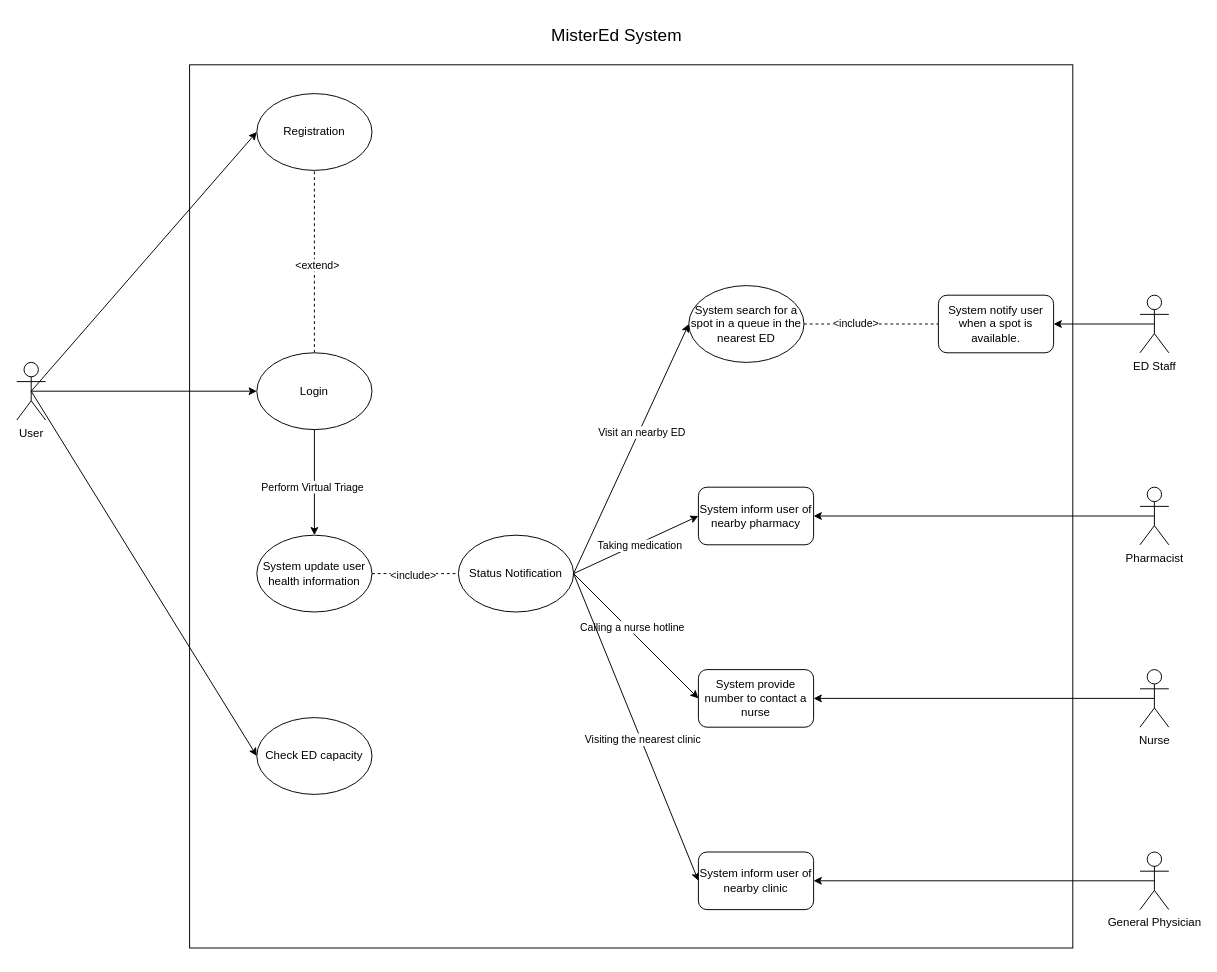
The draw.io diagram Roadmap.drawio in uvic-teach/project-m1-team8, before the edit. Source tidied: cells renumbered, new cells numbered last; positions are measured from the earlier drawing's top-left corner, leaving out a move shared by most shapes. Both pictures are drawn from the tidied source at 96%, with x=0, y=0 at pixel (16, 16).
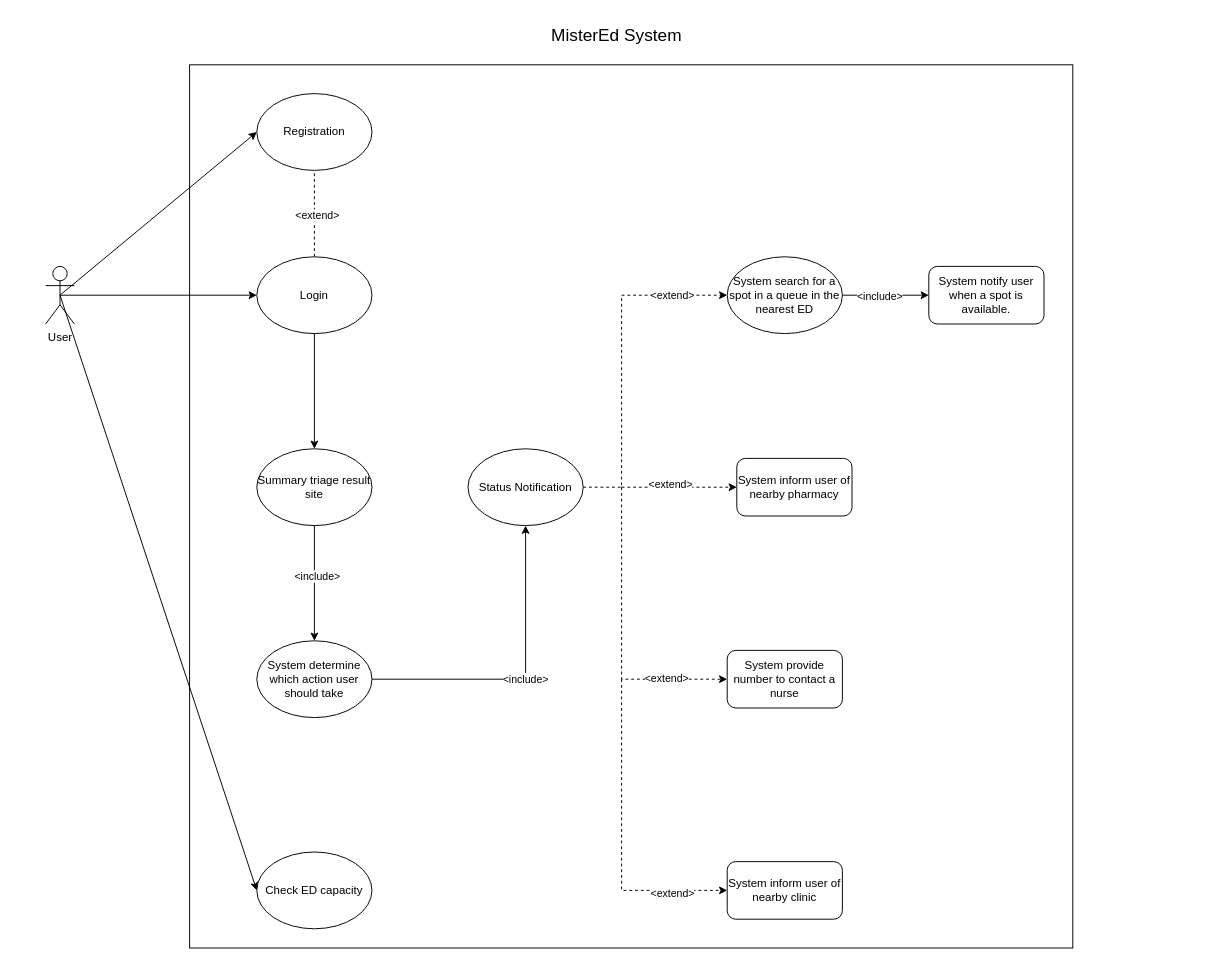
After the change.

Unchanged cells that the change refers to:
```xml
<mxCell id="15" style="endArrow=classic;html=1;rounded=0;entryX=0.5;entryY=0;entryDx=0;entryDy=0;exitX=0.5;exitY=1;exitDx=0;exitDy=0;" parent="1" edge="1" source="13" target="17">
  <mxGeometry relative="1" as="geometry" />
</mxCell>
```

What changed in the source:
```diff
@@
     <mxCell id="3" value="User" style="shape=umlActor;verticalLabelPosition=bottom;verticalAlign=top;html=1;outlineConnect=0;" parent="1" vertex="1">
-      <mxGeometry y="360" width="30" height="60" as="geometry" />
+      <mxGeometry x="30" y="260" width="30" height="60" as="geometry" />
     </mxCell>
@@
-    <mxCell id="11" style="endArrow=none;dashed=1;html=1;rounded=0;entryX=0;entryY=0.5;entryDx=0;entryDy=0;exitX=1;exitY=0.5;exitDx=0;exitDy=0;" parent="1" edge="1" source="17" target="18">
-      <mxGeometry relative="1" as="geometry" />
-    </mxCell>
-    <mxCell id="12" value="&amp;lt;include&amp;gt;" style="edgeLabel;html=1;align=center;verticalAlign=middle;" parent="11" vertex="1">
-      <mxGeometry x="-0.06" y="-1" relative="1" as="geometry" />
-    </mxCell>
     <mxCell id="13" value="Login" style="ellipse;whiteSpace=wrap;html=1;" parent="1" vertex="1">
-      <mxGeometry x="250" y="350" width="120" height="80" as="geometry" />
+      <mxGeometry x="250" y="250" width="120" height="80" as="geometry" />
     </mxCell>
     <mxCell id="14" value="Check ED capacity" style="ellipse;whiteSpace=wrap;html=1;" parent="1" vertex="1">
-      <mxGeometry x="250" y="730" width="120" height="80" as="geometry" />
+      <mxGeometry x="250" y="870" width="120" height="80" as="geometry" />
     </mxCell>
@@
-    <mxCell id="16" value="Perform Virtual Triage" style="edgeLabel;html=1;align=center;verticalAlign=middle;" parent="15" vertex="1">
-      <mxGeometry x="0.07" y="-3" relative="1" as="geometry" />
-    </mxCell>
-    <mxCell id="17" value="System update user health information" style="ellipse;whiteSpace=wrap;html=1;" parent="1" vertex="1">
-      <mxGeometry x="250" y="540" width="120" height="80" as="geometry" />
+    <mxCell id="17" value="Summary triage result site" style="ellipse;whiteSpace=wrap;html=1;" parent="1" vertex="1">
+      <mxGeometry x="250" y="450" width="120" height="80" as="geometry" />
     </mxCell>
     <mxCell id="18" value="Status Notification" style="ellipse;whiteSpace=wrap;html=1;" parent="1" vertex="1">
-      <mxGeometry x="460" y="540" width="120" height="80" as="geometry" />
+      <mxGeometry x="470" y="450" width="120" height="80" as="geometry" />
     </mxCell>
     <mxCell id="19" value="System search for a spot in a queue in the nearest ED" style="ellipse;whiteSpace=wrap;html=1;" parent="1" vertex="1">
-      <mxGeometry x="700" y="280" width="120" height="80" as="geometry" />
+      <mxGeometry x="740" y="250" width="120" height="80" as="geometry" />
     </mxCell>
-    <mxCell id="20" style="endArrow=classic;html=1;rounded=0;entryX=0;entryY=0.5;entryDx=0;entryDy=0;exitX=1;exitY=0.5;exitDx=0;exitDy=0;" parent="1" edge="1" source="18" target="19">
-      <mxGeometry relative="1" as="geometry" />
-    </mxCell>
-    <mxCell id="21" value="Visit an nearby ED" style="edgeLabel;html=1;align=center;verticalAlign=middle;" parent="20" vertex="1">
-      <mxGeometry x="0.14" y="-2" relative="1" as="geometry" />
-    </mxCell>
-    <mxCell id="22" style="endArrow=classic;html=1;rounded=0;exitX=1;exitY=0.5;exitDx=0;exitDy=0;entryX=0;entryY=0.5;entryDx=0;entryDy=0;" parent="1" edge="1" source="18" target="26">
-      <mxGeometry relative="1" as="geometry" />
-    </mxCell>
-    <mxCell id="23" value="Taking medication" style="edgeLabel;html=1;align=center;verticalAlign=middle;" parent="22" vertex="1">
-      <mxGeometry x="0.04" y="-2" relative="1" as="geometry" />
-    </mxCell>
-    <mxCell id="24" style="endArrow=classic;html=1;rounded=0;entryX=0;entryY=0.5;entryDx=0;entryDy=0;exitX=1;exitY=0.5;exitDx=0;exitDy=0;" parent="1" edge="1" source="18" target="27">
-      <mxGeometry relative="1" as="geometry" />
-    </mxCell>
-    <mxCell id="25" value="Calling a nurse hotline" style="edgeLabel;html=1;align=center;verticalAlign=middle;" parent="24" vertex="1">
-      <mxGeometry x="-0.11" y="4" relative="1" as="geometry" />
-    </mxCell>
     <mxCell id="26" value="System inform user of nearby pharmacy" style="rounded=1;whiteSpace=wrap;html=1;" parent="1" vertex="1">
-      <mxGeometry x="710" y="490" width="120" height="60" as="geometry" />
+      <mxGeometry x="750" y="460" width="120" height="60" as="geometry" />
     </mxCell>
     <mxCell id="27" value="System provide number to contact a nurse" style="rounded=1;whiteSpace=wrap;html=1;" parent="1" vertex="1">
-      <mxGeometry x="710" y="680" width="120" height="60" as="geometry" />
+      <mxGeometry x="740" y="660" width="120" height="60" as="geometry" />
     </mxCell>
-    <mxCell id="28" style="endArrow=classic;html=1;rounded=0;entryX=0;entryY=0.5;entryDx=0;entryDy=0;exitX=1;exitY=0.5;exitDx=0;exitDy=0;" parent="1" edge="1" source="18" target="30">
-      <mxGeometry relative="1" as="geometry" />
-    </mxCell>
-    <mxCell id="29" value="Visiting the nearest clinic" style="edgeLabel;html=1;align=center;verticalAlign=middle;" parent="28" vertex="1">
-      <mxGeometry x="0.08" y="1" relative="1" as="geometry" />
-    </mxCell>
     <mxCell id="30" value="System inform user of nearby clinic" style="rounded=1;whiteSpace=wrap;html=1;" parent="1" vertex="1">
-      <mxGeometry x="710" y="870" width="120" height="60" as="geometry" />
+      <mxGeometry x="740" y="880" width="120" height="60" as="geometry" />
     </mxCell>
     <mxCell id="31" value="System notify user when a spot is available." style="rounded=1;whiteSpace=wrap;html=1;" parent="1" vertex="1">
-      <mxGeometry x="960" y="290" width="120" height="60" as="geometry" />
+      <mxGeometry x="950" y="260" width="120" height="60" as="geometry" />
     </mxCell>
+    <mxCell id="42" value="&lt;font style=&quot;font-size: 18px;&quot;&gt;MisterEd System&lt;/font&gt;" style="text;html=1;strokeColor=none;fillColor=none;align=center;verticalAlign=middle;whiteSpace=wrap;rounded=0;" parent="1" vertex="1">
+      <mxGeometry x="520" width="210" height="40" as="geometry" />
+    </mxCell>
+    <mxCell id="43" value="System determine which action user should take" style="ellipse;whiteSpace=wrap;html=1;" parent="1" vertex="1">
+      <mxGeometry x="250" y="650" width="120" height="80" as="geometry" />
+    </mxCell>
+    <mxCell id="44" style="endArrow=classic;html=1;rounded=0;exitX=0.5;exitY=1;exitDx=0;exitDy=0;entryX=0.5;entryY=0;entryDx=0;entryDy=0;" parent="1" edge="1" source="17" target="43">
+      <mxGeometry relative="1" as="geometry" />
+    </mxCell>
+    <mxCell id="45" value="&amp;lt;include&amp;gt;" style="edgeLabel;html=1;align=center;verticalAlign=middle;" parent="44" vertex="1">
+      <mxGeometry x="-0.13" y="2" relative="1" as="geometry" />
+    </mxCell>
+    <mxCell id="46" value="&amp;lt;include&amp;gt;" style="endArrow=classic;html=1;rounded=0;exitX=1;exitY=0.5;exitDx=0;exitDy=0;entryX=0.5;entryY=1;entryDx=0;entryDy=0;" parent="1" edge="1" source="43" target="18">
+      <mxGeometry relative="1" as="geometry">
+        <Array as="points">
+          <mxPoint x="530" y="690" />
+        </Array>
+      </mxGeometry>
+    </mxCell>
-    <mxCell id="32" style="endArrow=none;dashed=1;html=1;rounded=0;entryX=0;entryY=0.5;entryDx=0;entryDy=0;exitX=1;exitY=0.5;exitDx=0;exitDy=0;" parent="1" edge="1" source="19" target="31">
+    <mxCell id="32" style="endArrow=classic;html=1;rounded=0;exitX=1;exitY=0.5;exitDx=0;exitDy=0;entryX=0;entryY=0.5;entryDx=0;entryDy=0;" parent="1" edge="1" source="19" target="31">
       <mxGeometry relative="1" as="geometry" />
     </mxCell>
-    <mxCell id="33" value="&amp;lt;include&amp;gt;" style="edgeLabel;html=1;align=center;verticalAlign=middle;" parent="32" vertex="1">
-      <mxGeometry x="-0.24" y="1" relative="1" as="geometry" />
-    </mxCell>
-    <mxCell id="34" value="Pharmacist" style="shape=umlActor;verticalLabelPosition=bottom;verticalAlign=top;html=1;outlineConnect=0;" parent="1" vertex="1">
-      <mxGeometry x="1170" y="490" width="30" height="60" as="geometry" />
-    </mxCell>
-    <mxCell id="35" style="endArrow=classic;html=1;rounded=0;exitX=0.5;exitY=0.5;exitDx=0;exitDy=0;exitPerimeter=0;entryX=1;entryY=0.5;entryDx=0;entryDy=0;" parent="1" edge="1" source="34" target="26">
-      <mxGeometry relative="1" as="geometry" />
-    </mxCell>
-    <mxCell id="36" value="Nurse" style="shape=umlActor;verticalLabelPosition=bottom;verticalAlign=top;html=1;outlineConnect=0;" parent="1" vertex="1">
-      <mxGeometry x="1170" y="680" width="30" height="60" as="geometry" />
-    </mxCell>
-    <mxCell id="37" style="endArrow=classic;html=1;rounded=0;entryX=1;entryY=0.5;entryDx=0;entryDy=0;exitX=0.5;exitY=0.5;exitDx=0;exitDy=0;exitPerimeter=0;" parent="1" edge="1" source="36" target="27">
-      <mxGeometry relative="1" as="geometry" />
-    </mxCell>
-    <mxCell id="38" value="General Physician" style="shape=umlActor;verticalLabelPosition=bottom;verticalAlign=top;html=1;" parent="1" vertex="1">
-      <mxGeometry x="1170" y="870" width="30" height="60" as="geometry" />
-    </mxCell>
-    <mxCell id="39" style="endArrow=classic;html=1;rounded=0;entryX=1;entryY=0.5;entryDx=0;entryDy=0;" parent="1" edge="1" target="30">
-      <mxGeometry relative="1" as="geometry">
-        <mxPoint x="1185" y="900" as="sourcePoint" />
-      </mxGeometry>
-    </mxCell>
-    <mxCell id="40" value="ED Staff" style="shape=umlActor;verticalLabelPosition=bottom;verticalAlign=top;html=1;outlineConnect=0;" parent="1" vertex="1">
-      <mxGeometry x="1170" y="290" width="30" height="60" as="geometry" />
-    </mxCell>
-    <mxCell id="41" style="endArrow=classic;html=1;rounded=0;entryX=1;entryY=0.5;entryDx=0;entryDy=0;exitX=0.5;exitY=0.5;exitDx=0;exitDy=0;exitPerimeter=0;" parent="1" edge="1" source="40" target="31">
-      <mxGeometry relative="1" as="geometry" />
-    </mxCell>
-    <mxCell id="42" value="&lt;font style=&quot;font-size: 18px;&quot;&gt;MisterEd System&lt;/font&gt;" style="text;html=1;strokeColor=none;fillColor=none;align=center;verticalAlign=middle;whiteSpace=wrap;rounded=0;" parent="1" vertex="1">
-      <mxGeometry x="520" width="210" height="40" as="geometry" />
-    </mxCell>
+    <mxCell id="47" value="&amp;lt;include&amp;gt;" style="edgeLabel;html=1;align=center;verticalAlign=middle;" parent="32" vertex="1">
+      <mxGeometry x="-0.15" relative="1" as="geometry" />
+    </mxCell>
+    <mxCell id="20" style="endArrow=classic;html=1;rounded=0;dashed=1;exitX=1;exitY=0.5;exitDx=0;exitDy=0;entryX=0;entryY=0.5;entryDx=0;entryDy=0;" parent="1" edge="1" source="18" target="19">
+      <mxGeometry relative="1" as="geometry">
+        <Array as="points">
+          <mxPoint x="630" y="490" />
+          <mxPoint x="630" y="290" />
+        </Array>
+      </mxGeometry>
+    </mxCell>
+    <mxCell id="48" value="&amp;lt;extend&amp;gt;" style="edgeLabel;html=1;align=center;verticalAlign=middle;" parent="20" vertex="1">
+      <mxGeometry x="0.67" y="1" relative="1" as="geometry" />
+    </mxCell>
+    <mxCell id="49" style="endArrow=classic;html=1;rounded=0;entryX=0;entryY=0.5;entryDx=0;entryDy=0;dashed=1;" parent="1" edge="1" target="26">
+      <mxGeometry relative="1" as="geometry">
+        <mxPoint x="630" y="490" as="sourcePoint" />
+      </mxGeometry>
+    </mxCell>
+    <mxCell id="50" value="&amp;lt;extend&amp;gt;" style="edgeLabel;html=1;align=center;verticalAlign=middle;" parent="49" vertex="1">
+      <mxGeometry x="-0.16" y="4" relative="1" as="geometry" />
+    </mxCell>
+    <mxCell id="51" style="endArrow=classic;html=1;rounded=0;entryX=0;entryY=0.5;entryDx=0;entryDy=0;dashed=1;" parent="1" edge="1" target="27">
+      <mxGeometry relative="1" as="geometry">
+        <mxPoint x="630" y="490" as="sourcePoint" />
+        <Array as="points">
+          <mxPoint x="630" y="690" />
+        </Array>
+      </mxGeometry>
+    </mxCell>
+    <mxCell id="52" value="&amp;lt;extend&amp;gt;" style="edgeLabel;html=1;align=center;verticalAlign=middle;" parent="51" vertex="1">
+      <mxGeometry x="0.59" y="2" relative="1" as="geometry" />
+    </mxCell>
+    <mxCell id="53" style="endArrow=classic;html=1;rounded=0;entryX=0;entryY=0.5;entryDx=0;entryDy=0;dashed=1;" parent="1" edge="1" target="30">
+      <mxGeometry relative="1" as="geometry">
+        <mxPoint x="630" y="690" as="sourcePoint" />
+        <Array as="points">
+          <mxPoint x="630" y="910" />
+        </Array>
+      </mxGeometry>
+    </mxCell>
+    <mxCell id="54" value="&amp;lt;extend&amp;gt;" style="edgeLabel;html=1;align=center;verticalAlign=middle;" parent="53" vertex="1">
+      <mxGeometry x="0.65" y="-2" relative="1" as="geometry" />
+    </mxCell>
```
